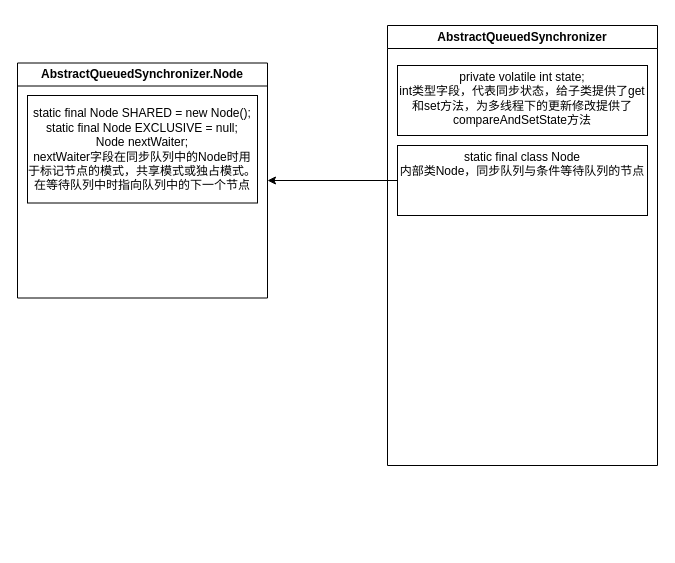
a7956232/drawIOFiles keeps this draw.io diagram as AbstractQueuedSynchronizer.drawio. Above is the earlier version. Source tidied: cells renumbered, new cells numbered last; positions are measured from the earlier drawing's top-left corner, leaving out a move shared by most shapes. Both pictures are drawn from the tidied source at 100%, with x=0, y=0 at pixel (17, 25).
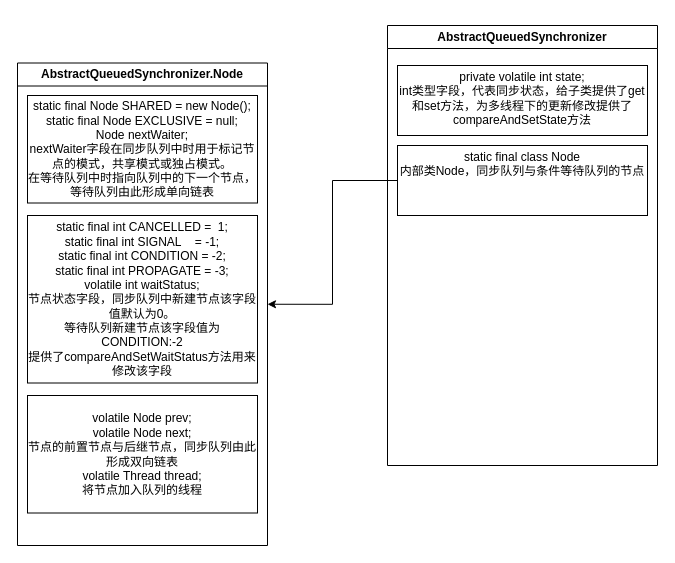
The same diagram, later.

What changed in the source:
```diff
@@
 <mxGraphModel>
   <root>
     <mxCell id="0" />
     <mxCell id="1" parent="0" />
     <mxCell id="2" value="&lt;pre style=&quot;&quot;&gt;&lt;font style=&quot;font-size: 12px;&quot; face=&quot;Helvetica&quot;&gt;AbstractQueuedSynchronizer&lt;/font&gt;&lt;/pre&gt;" style="swimlane;whiteSpace=wrap;html=1;" parent="1" vertex="1">
       <mxGeometry x="370" width="270" height="440" as="geometry" />
     </mxCell>
     <mxCell id="3" value="private volatile int state;&#10;int类型字段，代表同步状态，给子类提供了get和set方法，为多线程下的更新修改提供了compareAndSetState方法" style="rounded=0;whiteSpace=wrap;labelBackgroundColor=none;fontFamily=Helvetica;fontSize=12;fontColor=#000000;verticalAlign=top;spacing=0;" parent="2" vertex="1">
       <mxGeometry x="10" y="40" width="250" height="70" as="geometry" />
     </mxCell>
     <mxCell id="4" value="static final class Node&#10;内部类Node，同步队列与条件等待队列的节点" style="rounded=0;whiteSpace=wrap;labelBackgroundColor=#FFFFFF;fontFamily=Helvetica;fontSize=12;fontColor=#000000;verticalAlign=top;spacing=0;" parent="2" vertex="1">
       <mxGeometry x="10" y="120" width="250" height="70" as="geometry" />
     </mxCell>
     <mxCell id="5" value="AbstractQueuedSynchronizer.Node" style="swimlane;whiteSpace=wrap;rounded=0;labelBackgroundColor=none;strokeColor=default;fontFamily=Helvetica;fontSize=12;fontColor=#000000;fillColor=default;" parent="1" vertex="1">
-      <mxGeometry y="37.5" width="250" height="235" as="geometry" />
+      <mxGeometry y="37.5" width="250" height="482.5" as="geometry" />
     </mxCell>
-    <mxCell id="6" value="static final Node SHARED = new Node();&lt;br&gt;static final Node EXCLUSIVE = null;&lt;br&gt;Node nextWaiter;&lt;br&gt;nextWaiter字段在同步队列中的Node时用于标记节点的模式，共享模式或独占模式。&lt;br&gt;在等待队列中时指向队列中的下一个节点" style="rounded=0;whiteSpace=wrap;html=1;labelBackgroundColor=none;strokeColor=default;fontFamily=Helvetica;fontSize=12;fontColor=#000000;fillColor=default;" parent="5" vertex="1">
+    <mxCell id="6" value="static final Node SHARED = new Node();&lt;br&gt;static final Node EXCLUSIVE = null;&lt;br&gt;Node nextWaiter;&lt;br&gt;nextWaiter字段在同步队列中时用于标记节点的模式，共享模式或独占模式。&lt;br&gt;在等待队列中时指向队列中的下一个节点，等待队列由此形成单向链表" style="rounded=0;whiteSpace=wrap;html=1;labelBackgroundColor=none;strokeColor=default;fontFamily=Helvetica;fontSize=12;fontColor=#000000;fillColor=default;" parent="5" vertex="1">
       <mxGeometry x="10" y="32.5" width="230" height="107.5" as="geometry" />
     </mxCell>
+    <mxCell id="8" value="&lt;div&gt;static final int CANCELLED =&amp;nbsp; 1;&lt;br&gt;&lt;/div&gt;&lt;div&gt;static final int SIGNAL&amp;nbsp; &amp;nbsp; = -1;&lt;/div&gt;&lt;div&gt;&lt;span style=&quot;background-color: initial;&quot;&gt;static final int CONDITION = -2;&lt;/span&gt;&lt;/div&gt;&lt;div&gt;&lt;span style=&quot;background-color: initial;&quot;&gt;static final int PROPAGATE = -3;&lt;/span&gt;&lt;/div&gt;&lt;div&gt;&lt;span style=&quot;background-color: initial;&quot;&gt;volatile int waitStatus;&lt;/span&gt;&lt;/div&gt;&lt;div&gt;&lt;span style=&quot;background-color: initial;&quot;&gt;节点状态字段，同步队列中新建节点该字段值默认为0。&lt;/span&gt;&lt;/div&gt;&lt;div&gt;&lt;span style=&quot;background-color: initial;&quot;&gt;等待队列新建节点该字段值为CONDITION:-2&lt;/span&gt;&lt;/div&gt;&lt;div&gt;&lt;span style=&quot;background-color: initial;&quot;&gt;提供了&lt;/span&gt;compareAndSetWaitStatus方法用来修改该字段&lt;/div&gt;" style="rounded=0;whiteSpace=wrap;html=1;labelBackgroundColor=none;strokeColor=default;fontFamily=Helvetica;fontSize=12;fontColor=#000000;fillColor=default;" parent="5" vertex="1">
+      <mxGeometry x="10" y="152.5" width="230" height="167.5" as="geometry" />
+    </mxCell>
+    <mxCell id="9" value="volatile Node prev;&lt;br&gt;volatile Node next;&lt;br&gt;节点的前置节点与后继节点，同步队列由此形成双向链表&lt;br&gt;volatile Thread thread;&lt;br&gt;将节点加入队列的线程" style="rounded=0;whiteSpace=wrap;html=1;labelBackgroundColor=none;strokeColor=default;fontFamily=Helvetica;fontSize=12;fontColor=#000000;fillColor=default;" parent="5" vertex="1">
+      <mxGeometry x="10" y="332.5" width="230" height="117.5" as="geometry" />
+    </mxCell>
     <mxCell id="7" style="edgeStyle=orthogonalEdgeStyle;rounded=0;jettySize=auto;html=1;fontFamily=Helvetica;fontSize=12;fontColor=#000000;entryX=1;entryY=0.5;entryDx=0;entryDy=0;" parent="1" edge="1" source="4" target="5">
       <mxGeometry relative="1" as="geometry" />
     </mxCell>
   </root>
 </mxGraphModel>
```
